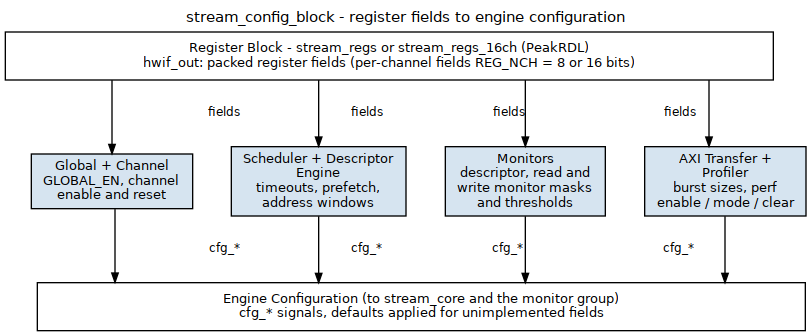
Above: projects/components/dma-ip/stream/docs/stream_mas/assets/graphviz/14_stream_config_block.png in sean-galloway/RTLDesignSherpa (Graphviz), before the change. Its source is kept beside it as projects/components/dma-ip/stream/docs/stream_mas/assets/graphviz/14_stream_config_block.dot.
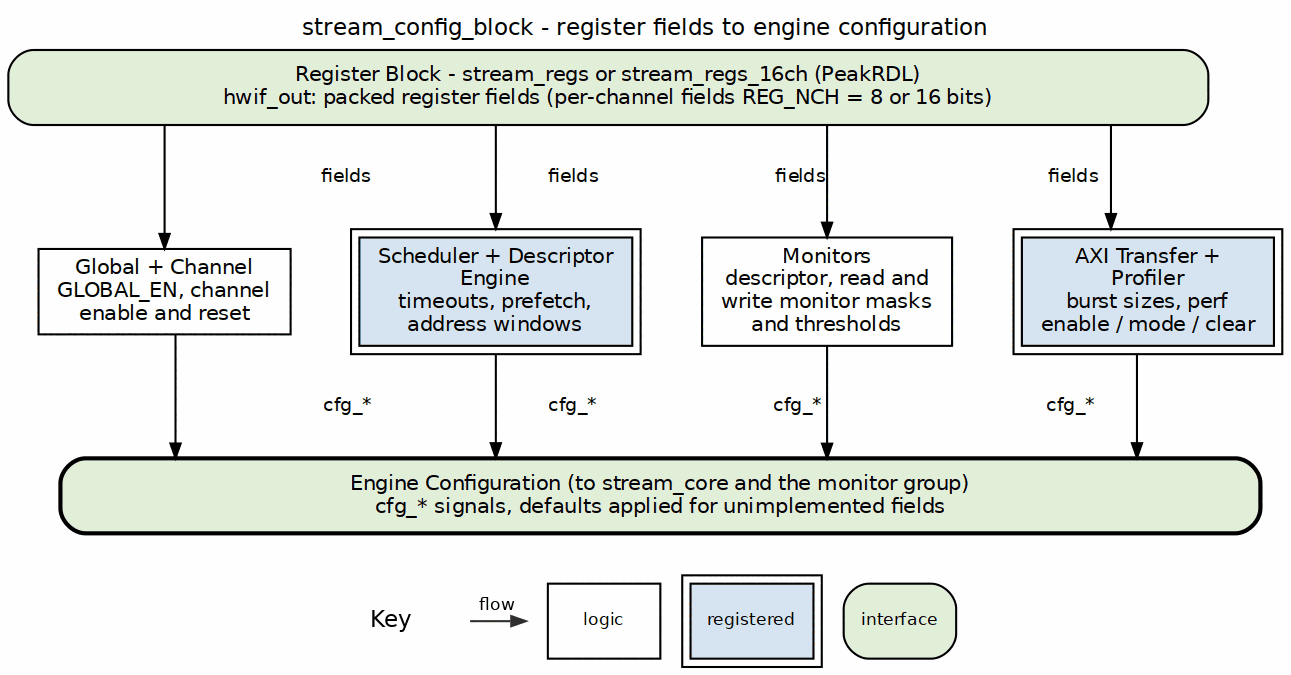
After the change.

What changed in the source:
```diff
@@ -3,15 +3,15 @@
            nodesep="0.40", ranksep="0.55", splines=ortho,
            label="stream_config_block - register fields to engine configuration", labelloc=t, labeljust=c];
     node  [fontname="Helvetica", fontsize=10, shape=box, style=filled,
-           fillcolor="#D6E4F0", color="black", margin="0.12,0.06"];
+           fillcolor="white", color="black", margin="0.12,0.06"];
     edge  [fontname="Helvetica", fontsize=9, color="black", arrowsize=0.7];
 
-    regs [label="Register Block - stream_regs or stream_regs_16ch (PeakRDL)\nhwif_out: packed register fields (per-channel fields REG_NCH = 8 or 16 bits)", fillcolor="white", width=8.0];
-    g1 [label="Global + Channel\nGLOBAL_EN, channel\nenable and reset"];
-    g2 [label="Scheduler + Descriptor\nEngine\ntimeouts, prefetch,\naddress windows"];
-    g3 [label="Monitors\ndescriptor, read and\nwrite monitor masks\nand thresholds"];
-    g4 [label="AXI Transfer +\nProfiler\nburst sizes, perf\nenable / mode / clear"];
-    bar [label="Engine Configuration (to stream_core and the monitor group)\ncfg_* signals, defaults applied for unimplemented fields", fillcolor="white", width=8.0];
+    regs [label="Register Block - stream_regs or stream_regs_16ch (PeakRDL)\nhwif_out: packed register fields (per-channel fields REG_NCH = 8 or 16 bits)", fillcolor="white", width=8.0, style="rounded,filled", fillcolor="#E2EFDA"];
+    g1 [label="Global + Channel\nGLOBAL_EN, channel\nenable and reset", style="filled", fillcolor="white"];
+    g2 [label="Scheduler + Descriptor\nEngine\ntimeouts, prefetch,\naddress windows", peripheries=2, style="filled", fillcolor="#D6E4F0"];
+    g3 [label="Monitors\ndescriptor, read and\nwrite monitor masks\nand thresholds", style="filled", fillcolor="white"];
+    g4 [label="AXI Transfer +\nProfiler\nburst sizes, perf\nenable / mode / clear", peripheries=2, style="filled", fillcolor="#D6E4F0"];
+    bar [label="Engine Configuration (to stream_core and the monitor group)\ncfg_* signals, defaults applied for unimplemented fields", fillcolor="white", width=8.0, style="rounded,filled,bold", fillcolor="#E2EFDA"];
 
     regs -> g1 [label="fields"]; regs -> g2 [label="fields"]; regs -> g3 [label="fields"]; regs -> g4 [label="fields"];
     g1 -> bar [label="cfg_*"]; g2 -> bar [label="cfg_*"]; g3 -> bar [label="cfg_*"]; g4 -> bar [label="cfg_*"];
```
